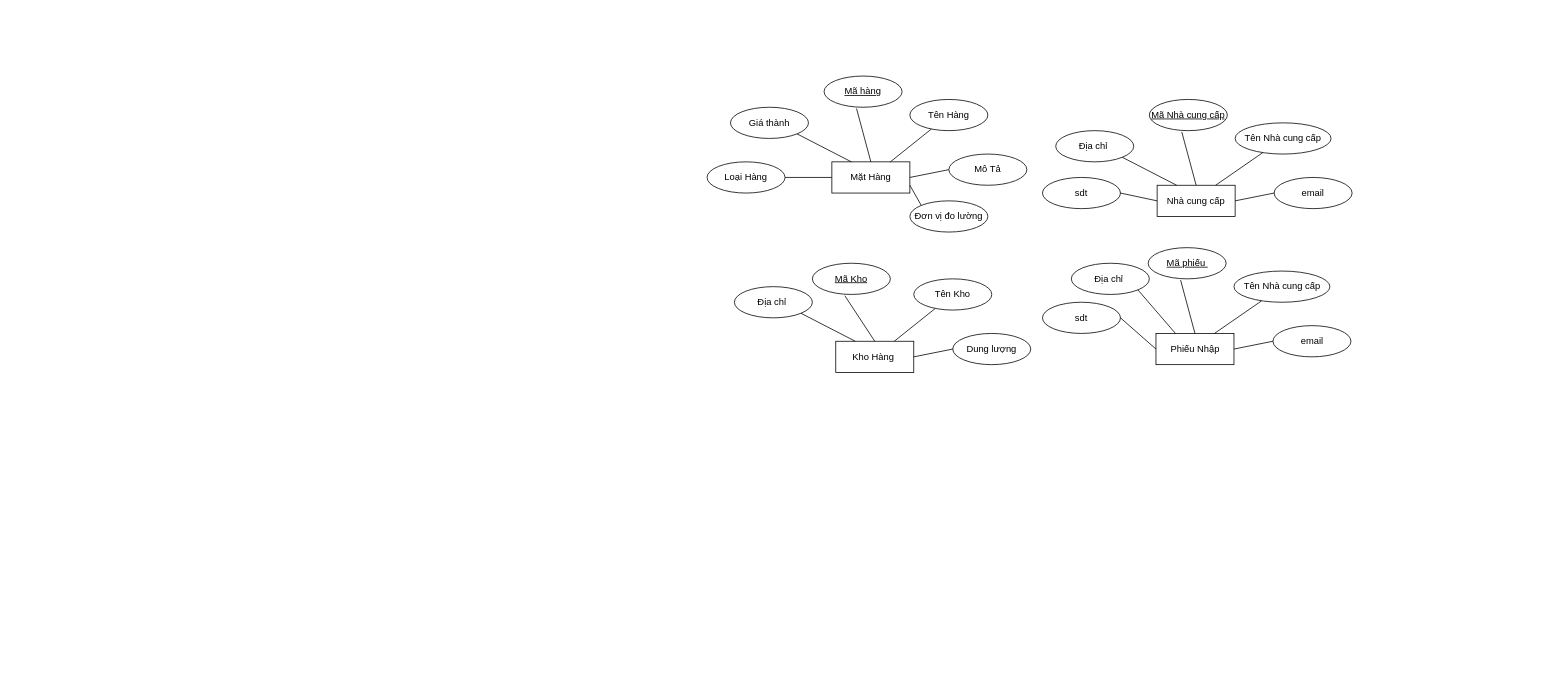
The draw.io diagram page "Trang-1" (1 of 2) of ERD.drawio in hoThanhThien/tkcsdl_HK_he, before the edit. Source tidied: cells renumbered, new cells numbered last; positions are measured from the earlier drawing's top-left corner, leaving out a move shared by most shapes. Both pictures are drawn from the tidied source at 78%, with x=0, y=0 at pixel (707, 76).
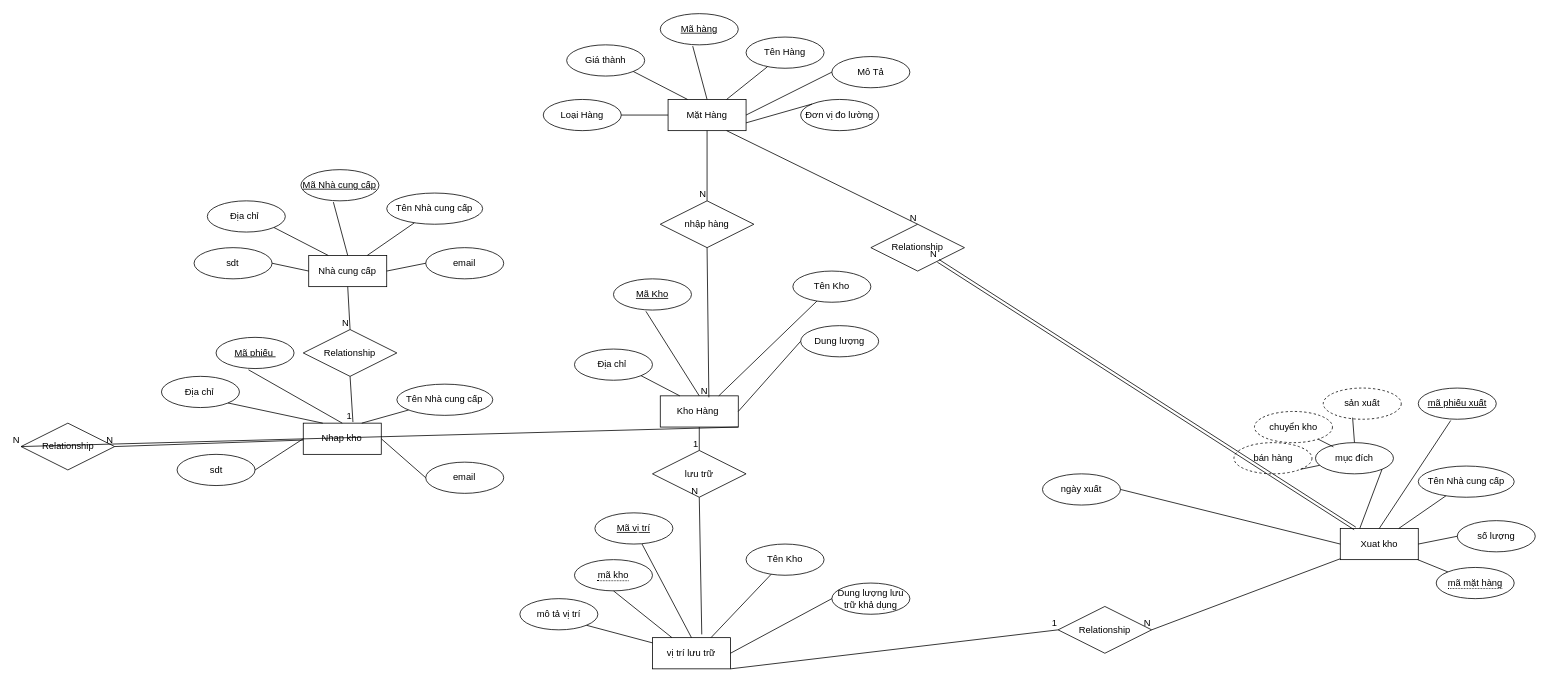
The same page after the edit.

Commit message (it also covers changes not shown here):
Cập nhật ERD.drawio

Change to the diagram source:
```diff
@@
     <mxCell id="2" value="Mặt Hàng" style="whiteSpace=wrap;html=1;align=center;" parent="1" vertex="1">
-      <mxGeometry x="160" y="110" width="100" height="40" as="geometry" />
+      <mxGeometry x="-50" y="30" width="100" height="40" as="geometry" />
     </mxCell>
@@
     <mxCell id="4" value="Tên Hàng" style="ellipse;whiteSpace=wrap;html=1;align=center;" parent="1" vertex="1">
-      <mxGeometry x="260" y="30" width="100" height="40" as="geometry" />
+      <mxGeometry x="50" y="-50" width="100" height="40" as="geometry" />
     </mxCell>
     <mxCell id="5" value="Mã hàng" style="ellipse;whiteSpace=wrap;html=1;align=center;fontStyle=4;" parent="1" vertex="1">
-      <mxGeometry x="150" width="100" height="40" as="geometry" />
+      <mxGeometry x="-60" y="-80" width="100" height="40" as="geometry" />
     </mxCell>
@@
     <mxCell id="7" value="Mô Tả" style="ellipse;whiteSpace=wrap;html=1;align=center;" parent="1" vertex="1">
-      <mxGeometry x="310" y="100" width="100" height="40" as="geometry" />
+      <mxGeometry x="160" y="-25" width="100" height="40" as="geometry" />
     </mxCell>
@@
     <mxCell id="9" value="Đơn vị đo lường" style="ellipse;whiteSpace=wrap;html=1;align=center;" parent="1" vertex="1">
-      <mxGeometry x="260" y="160" width="100" height="40" as="geometry" />
+      <mxGeometry x="120" y="30" width="100" height="40" as="geometry" />
     </mxCell>
@@
     <mxCell id="11" value="Giá thành" style="ellipse;whiteSpace=wrap;html=1;align=center;" parent="1" vertex="1">
-      <mxGeometry x="30" y="40" width="100" height="40" as="geometry" />
+      <mxGeometry x="-180" y="-40" width="100" height="40" as="geometry" />
     </mxCell>
@@
     <mxCell id="13" value="Loại Hàng" style="ellipse;whiteSpace=wrap;html=1;align=center;" parent="1" vertex="1">
-      <mxGeometry y="110" width="100" height="40" as="geometry" />
+      <mxGeometry x="-210" y="30" width="100" height="40" as="geometry" />
     </mxCell>
@@
     <mxCell id="15" value="Kho Hàng&amp;nbsp;" style="whiteSpace=wrap;html=1;align=center;" parent="1" vertex="1">
-      <mxGeometry x="165" y="340" width="100" height="40" as="geometry" />
+      <mxGeometry x="-60" y="410" width="100" height="40" as="geometry" />
     </mxCell>
@@
     <mxCell id="17" value="Tên Kho" style="ellipse;whiteSpace=wrap;html=1;align=center;" parent="1" vertex="1">
-      <mxGeometry x="265" y="260" width="100" height="40" as="geometry" />
+      <mxGeometry x="110" y="250" width="100" height="40" as="geometry" />
     </mxCell>
     <mxCell id="18" value="Mã Kho" style="ellipse;whiteSpace=wrap;html=1;align=center;fontStyle=4;" parent="1" vertex="1">
-      <mxGeometry x="135" y="240" width="100" height="40" as="geometry" />
+      <mxGeometry x="-120" y="260" width="100" height="40" as="geometry" />
     </mxCell>
@@
     <mxCell id="20" value="Dung lượng" style="ellipse;whiteSpace=wrap;html=1;align=center;" parent="1" vertex="1">
-      <mxGeometry x="315" y="330" width="100" height="40" as="geometry" />
+      <mxGeometry x="120" y="320" width="100" height="40" as="geometry" />
     </mxCell>
@@
     <mxCell id="22" value="Địa chỉ&amp;nbsp;" style="ellipse;whiteSpace=wrap;html=1;align=center;" parent="1" vertex="1">
-      <mxGeometry x="35" y="270" width="100" height="40" as="geometry" />
+      <mxGeometry x="-170" y="350" width="100" height="40" as="geometry" />
     </mxCell>
@@
     <mxCell id="24" value="Nhà cung cấp" style="whiteSpace=wrap;html=1;align=center;" parent="1" vertex="1">
-      <mxGeometry x="577" y="140" width="100" height="40" as="geometry" />
+      <mxGeometry x="-510.7" y="230" width="100" height="40" as="geometry" />
     </mxCell>
@@
     <mxCell id="26" value="Tên Nhà cung cấp" style="ellipse;whiteSpace=wrap;html=1;align=center;" parent="1" vertex="1">
-      <mxGeometry x="677" y="60" width="123" height="40" as="geometry" />
+      <mxGeometry x="-410.7" y="150" width="123" height="40" as="geometry" />
     </mxCell>
     <mxCell id="27" value="Mã Nhà cung cấp" style="ellipse;whiteSpace=wrap;html=1;align=center;fontStyle=4;" parent="1" vertex="1">
-      <mxGeometry x="567" y="30" width="100" height="40" as="geometry" />
+      <mxGeometry x="-520.7" y="120" width="100" height="40" as="geometry" />
     </mxCell>
@@
     <mxCell id="29" value="email" style="ellipse;whiteSpace=wrap;html=1;align=center;" parent="1" vertex="1">
-      <mxGeometry x="727" y="130" width="100" height="40" as="geometry" />
+      <mxGeometry x="-360.7" y="220" width="100" height="40" as="geometry" />
     </mxCell>
@@
     <mxCell id="31" value="Địa chỉ&amp;nbsp;" style="ellipse;whiteSpace=wrap;html=1;align=center;" parent="1" vertex="1">
-      <mxGeometry x="447" y="70" width="100" height="40" as="geometry" />
+      <mxGeometry x="-640.7" y="160" width="100" height="40" as="geometry" />
     </mxCell>
@@
     <mxCell id="33" value="sdt" style="ellipse;whiteSpace=wrap;html=1;align=center;" parent="1" vertex="1">
-      <mxGeometry x="430" y="130" width="100" height="40" as="geometry" />
+      <mxGeometry x="-657.7" y="220" width="100" height="40" as="geometry" />
     </mxCell>
@@
-    <mxCell id="35" value="Phiếu Nhập" style="whiteSpace=wrap;html=1;align=center;" parent="1" vertex="1">
-      <mxGeometry x="575.5" y="330" width="100" height="40" as="geometry" />
+    <mxCell id="35" value="Nhap kho" style="whiteSpace=wrap;html=1;align=center;" parent="1" vertex="1">
+      <mxGeometry x="-517.7" y="445" width="100" height="40" as="geometry" />
     </mxCell>
@@
     <mxCell id="37" value="Tên Nhà cung cấp" style="ellipse;whiteSpace=wrap;html=1;align=center;" parent="1" vertex="1">
-      <mxGeometry x="675.5" y="250" width="123" height="40" as="geometry" />
+      <mxGeometry x="-397.7" y="395" width="123" height="40" as="geometry" />
     </mxCell>
     <mxCell id="38" value="Mã phiếu&amp;nbsp;" style="ellipse;whiteSpace=wrap;html=1;align=center;fontStyle=4;" parent="1" vertex="1">
-      <mxGeometry x="565.5" y="220" width="100" height="40" as="geometry" />
+      <mxGeometry x="-629.5" y="335" width="100" height="40" as="geometry" />
     </mxCell>
@@
     <mxCell id="40" value="email" style="ellipse;whiteSpace=wrap;html=1;align=center;" parent="1" vertex="1">
-      <mxGeometry x="725.5" y="320" width="100" height="40" as="geometry" />
+      <mxGeometry x="-360.7" y="495" width="100" height="40" as="geometry" />
     </mxCell>
@@
     <mxCell id="42" value="Địa chỉ&amp;nbsp;" style="ellipse;whiteSpace=wrap;html=1;align=center;" parent="1" vertex="1">
-      <mxGeometry x="467" y="240" width="100" height="40" as="geometry" />
+      <mxGeometry x="-699.5" y="385" width="100" height="40" as="geometry" />
     </mxCell>
@@
     <mxCell id="44" value="sdt" style="ellipse;whiteSpace=wrap;html=1;align=center;" parent="1" vertex="1">
-      <mxGeometry x="430" y="290" width="100" height="40" as="geometry" />
+      <mxGeometry x="-679.5" y="485" width="100" height="40" as="geometry" />
     </mxCell>
@@
+    <mxCell id="46" value="Xuat kho" style="whiteSpace=wrap;html=1;align=center;" parent="1" vertex="1">
+      <mxGeometry x="811.8" y="580" width="100" height="40" as="geometry" />
+    </mxCell>
+    <mxCell id="47" style="endArrow=none;html=1;rounded=0;exitX=0.75;exitY=0;exitDx=0;exitDy=0;" parent="1" edge="1" source="46" target="48">
+      <mxGeometry relative="1" as="geometry" />
+    </mxCell>
+    <mxCell id="48" value="Tên Nhà cung cấp" style="ellipse;whiteSpace=wrap;html=1;align=center;" parent="1" vertex="1">
+      <mxGeometry x="911.8" y="500" width="123" height="40" as="geometry" />
+    </mxCell>
+    <mxCell id="49" value="mã phiếu xuất" style="ellipse;whiteSpace=wrap;html=1;align=center;fontStyle=4;" parent="1" vertex="1">
+      <mxGeometry x="911.8" y="400" width="100" height="40" as="geometry" />
+    </mxCell>
+    <mxCell id="50" style="endArrow=none;html=1;rounded=0;exitX=0.416;exitY=1.04;exitDx=0;exitDy=0;exitPerimeter=0;entryX=0.5;entryY=0;entryDx=0;entryDy=0;" parent="1" edge="1" source="49" target="46">
+      <mxGeometry relative="1" as="geometry" />
+    </mxCell>
+    <mxCell id="51" value="số lượng" style="ellipse;whiteSpace=wrap;html=1;align=center;" parent="1" vertex="1">
+      <mxGeometry x="961.8" y="570" width="100" height="40" as="geometry" />
+    </mxCell>
+    <mxCell id="52" style="endArrow=none;html=1;rounded=0;exitX=1;exitY=0.5;exitDx=0;exitDy=0;entryX=0;entryY=0.5;entryDx=0;entryDy=0;" parent="1" edge="1" source="46" target="51">
+      <mxGeometry relative="1" as="geometry" />
+    </mxCell>
+    <mxCell id="53" value="mục đích" style="ellipse;whiteSpace=wrap;html=1;align=center;" parent="1" vertex="1">
+      <mxGeometry x="780" y="470" width="100" height="40" as="geometry" />
+    </mxCell>
+    <mxCell id="54" style="endArrow=none;html=1;rounded=0;exitX=1;exitY=1;exitDx=0;exitDy=0;entryX=0.25;entryY=0;entryDx=0;entryDy=0;" parent="1" edge="1" source="53" target="46">
+      <mxGeometry relative="1" as="geometry" />
+    </mxCell>
+    <mxCell id="55" value="ngày xuất" style="ellipse;whiteSpace=wrap;html=1;align=center;" parent="1" vertex="1">
+      <mxGeometry x="430" y="510" width="100" height="40" as="geometry" />
+    </mxCell>
+    <mxCell id="56" style="endArrow=none;html=1;rounded=0;exitX=1;exitY=0.5;exitDx=0;exitDy=0;entryX=0;entryY=0.5;entryDx=0;entryDy=0;" parent="1" edge="1" source="55" target="46">
+      <mxGeometry relative="1" as="geometry" />
+    </mxCell>
+    <mxCell id="57" value="&lt;span style=&quot;border-bottom: 1px dotted&quot;&gt;mã mặt hàng&lt;/span&gt;" style="ellipse;whiteSpace=wrap;html=1;align=center;" parent="1" vertex="1">
+      <mxGeometry x="934.8" y="630" width="100" height="40" as="geometry" />
+    </mxCell>
+    <mxCell id="58" style="endArrow=none;html=1;rounded=0;" parent="1" edge="1" source="46" target="57">
+      <mxGeometry relative="1" as="geometry" />
+    </mxCell>
+    <mxCell id="59" value="bán hàng" style="ellipse;whiteSpace=wrap;html=1;align=center;dashed=1;" parent="1" vertex="1">
+      <mxGeometry x="675.5" y="470" width="100" height="40" as="geometry" />
+    </mxCell>
+    <mxCell id="60" value="sản xuất" style="ellipse;whiteSpace=wrap;html=1;align=center;dashed=1;" parent="1" vertex="1">
+      <mxGeometry x="790" y="400" width="100" height="40" as="geometry" />
+    </mxCell>
+    <mxCell id="61" value="chuyển kho" style="ellipse;whiteSpace=wrap;html=1;align=center;dashed=1;" parent="1" vertex="1">
+      <mxGeometry x="701.8" y="430" width="100" height="40" as="geometry" />
+    </mxCell>
+    <mxCell id="62" style="endArrow=none;html=1;rounded=0;exitX=1;exitY=1;exitDx=0;exitDy=0;" parent="1" edge="1" source="59" target="53">
+      <mxGeometry relative="1" as="geometry" />
+    </mxCell>
+    <mxCell id="63" style="endArrow=none;html=1;rounded=0;entryX=0.23;entryY=0.135;entryDx=0;entryDy=0;entryPerimeter=0;" parent="1" edge="1" source="61" target="53">
+      <mxGeometry relative="1" as="geometry" />
+    </mxCell>
+    <mxCell id="64" style="endArrow=none;html=1;rounded=0;exitX=0.376;exitY=0.947;exitDx=0;exitDy=0;entryX=0.5;entryY=0;entryDx=0;entryDy=0;exitPerimeter=0;" parent="1" edge="1" source="60" target="53">
+      <mxGeometry relative="1" as="geometry" />
+    </mxCell>
+    <mxCell id="65" value="vị trí lưu trữ" style="whiteSpace=wrap;html=1;align=center;" parent="1" vertex="1">
+      <mxGeometry x="-70" y="720" width="100" height="40" as="geometry" />
+    </mxCell>
+    <mxCell id="66" style="endArrow=none;html=1;rounded=0;exitX=0.75;exitY=0;exitDx=0;exitDy=0;" parent="1" edge="1" source="65" target="67">
+      <mxGeometry relative="1" as="geometry" />
+    </mxCell>
+    <mxCell id="67" value="Tên Kho" style="ellipse;whiteSpace=wrap;html=1;align=center;" parent="1" vertex="1">
+      <mxGeometry x="50" y="600" width="100" height="40" as="geometry" />
+    </mxCell>
+    <mxCell id="68" style="endArrow=none;html=1;rounded=0;entryX=0.5;entryY=0;entryDx=0;entryDy=0;" parent="1" edge="1" source="73" target="65">
+      <mxGeometry relative="1" as="geometry" />
+    </mxCell>
+    <mxCell id="69" value="Dung lượng lưu trữ khả dụng" style="ellipse;whiteSpace=wrap;html=1;align=center;" parent="1" vertex="1">
+      <mxGeometry x="160" y="650" width="100" height="40" as="geometry" />
+    </mxCell>
+    <mxCell id="70" style="endArrow=none;html=1;rounded=0;exitX=1;exitY=0.5;exitDx=0;exitDy=0;entryX=0;entryY=0.5;entryDx=0;entryDy=0;" parent="1" edge="1" source="65" target="69">
+      <mxGeometry relative="1" as="geometry" />
+    </mxCell>
+    <mxCell id="71" value="mô tả vị trí" style="ellipse;whiteSpace=wrap;html=1;align=center;" parent="1" vertex="1">
+      <mxGeometry x="-240" y="670" width="100" height="40" as="geometry" />
+    </mxCell>
+    <mxCell id="72" style="endArrow=none;html=1;rounded=0;exitX=1;exitY=1;exitDx=0;exitDy=0;" parent="1" edge="1" source="71" target="65">
+      <mxGeometry relative="1" as="geometry" />
+    </mxCell>
+    <mxCell id="73" value="Mã vị trí" style="ellipse;whiteSpace=wrap;html=1;align=center;fontStyle=4;" parent="1" vertex="1">
+      <mxGeometry x="-143.8" y="560" width="100" height="40" as="geometry" />
+    </mxCell>
+    <mxCell id="74" value="&lt;span style=&quot;border-bottom: 1px dotted&quot;&gt;mã kho&lt;/span&gt;" style="ellipse;whiteSpace=wrap;html=1;align=center;" parent="1" vertex="1">
+      <mxGeometry x="-170" y="620" width="100" height="40" as="geometry" />
+    </mxCell>
+    <mxCell id="75" style="endArrow=none;html=1;rounded=0;exitX=0.5;exitY=1;exitDx=0;exitDy=0;entryX=0.25;entryY=0;entryDx=0;entryDy=0;" parent="1" edge="1" source="74" target="65">
+      <mxGeometry relative="1" as="geometry" />
+    </mxCell>
+    <mxCell id="76" value="nhập hàng" style="shape=rhombus;perimeter=rhombusPerimeter;whiteSpace=wrap;html=1;align=center;" parent="1" vertex="1">
+      <mxGeometry x="-60" y="160" width="120" height="60" as="geometry" />
+    </mxCell>
+    <mxCell id="77" style="endArrow=none;html=1;rounded=0;exitX=0.5;exitY=1;exitDx=0;exitDy=0;entryX=0.5;entryY=0;entryDx=0;entryDy=0;" parent="1" edge="1" source="2" target="76">
+      <mxGeometry relative="1" as="geometry" />
+    </mxCell>
+    <mxCell id="78" value="N" style="html=1;whiteSpace=wrap;align=right;verticalAlign=bottom;" parent="77" vertex="1">
+      <mxGeometry x="1" relative="1" as="geometry" />
+    </mxCell>
+    <mxCell id="79" style="endArrow=none;html=1;rounded=0;exitX=0.5;exitY=1;exitDx=0;exitDy=0;entryX=0.623;entryY=0.047;entryDx=0;entryDy=0;entryPerimeter=0;" parent="1" edge="1" source="76" target="15">
+      <mxGeometry relative="1" as="geometry" />
+    </mxCell>
+    <mxCell id="80" value="N" style="html=1;whiteSpace=wrap;align=right;verticalAlign=bottom;" parent="79" vertex="1">
+      <mxGeometry x="1" relative="1" as="geometry" />
+    </mxCell>
+    <mxCell id="81" value="lưu trữ" style="shape=rhombus;perimeter=rhombusPerimeter;whiteSpace=wrap;html=1;align=center;" parent="1" vertex="1">
+      <mxGeometry x="-70" y="480" width="120" height="60" as="geometry" />
+    </mxCell>
+    <mxCell id="82" style="endArrow=none;html=1;rounded=0;exitX=0.5;exitY=1;exitDx=0;exitDy=0;entryX=0.5;entryY=0;entryDx=0;entryDy=0;" parent="1" edge="1" source="15" target="81">
+      <mxGeometry relative="1" as="geometry" />
+    </mxCell>
+    <mxCell id="83" value="1" style="html=1;whiteSpace=wrap;align=right;verticalAlign=bottom;" parent="82" vertex="1">
+      <mxGeometry x="1" relative="1" as="geometry" />
+    </mxCell>
+    <mxCell id="84" style="endArrow=none;html=1;rounded=0;entryX=0.5;entryY=1;entryDx=0;entryDy=0;exitX=0.632;exitY=-0.103;exitDx=0;exitDy=0;exitPerimeter=0;" parent="1" edge="1" source="65" target="81">
+      <mxGeometry relative="1" as="geometry" />
+    </mxCell>
+    <mxCell id="85" value="N" style="html=1;whiteSpace=wrap;align=right;verticalAlign=bottom;" parent="84" vertex="1">
+      <mxGeometry x="1" relative="1" as="geometry" />
+    </mxCell>
+    <mxCell id="86" value="Relationship" style="shape=rhombus;perimeter=rhombusPerimeter;whiteSpace=wrap;html=1;align=center;" parent="1" vertex="1">
+      <mxGeometry x="-517.7" y="325" width="120" height="60" as="geometry" />
+    </mxCell>
+    <mxCell id="87" style="endArrow=none;html=1;rounded=0;exitX=0.5;exitY=1;exitDx=0;exitDy=0;entryX=0.5;entryY=0;entryDx=0;entryDy=0;" parent="1" edge="1" source="24" target="86">
+      <mxGeometry relative="1" as="geometry" />
+    </mxCell>
+    <mxCell id="88" value="N" style="html=1;whiteSpace=wrap;align=right;verticalAlign=bottom;" parent="87" vertex="1">
+      <mxGeometry x="1" relative="1" as="geometry" />
+    </mxCell>
+    <mxCell id="89" style="endArrow=none;html=1;rounded=0;exitX=0.5;exitY=1;exitDx=0;exitDy=0;entryX=0.637;entryY=-0.036;entryDx=0;entryDy=0;entryPerimeter=0;" parent="1" edge="1" source="86" target="35">
+      <mxGeometry relative="1" as="geometry" />
+    </mxCell>
+    <mxCell id="90" value="1" style="html=1;whiteSpace=wrap;align=right;verticalAlign=bottom;" parent="89" vertex="1">
+      <mxGeometry x="1" relative="1" as="geometry" />
+    </mxCell>
+    <mxCell id="91" value="Relationship" style="shape=rhombus;perimeter=rhombusPerimeter;whiteSpace=wrap;html=1;align=center;" parent="1" vertex="1">
+      <mxGeometry x="210" y="190" width="120" height="60" as="geometry" />
+    </mxCell>
+    <mxCell id="92" style="shape=link;html=1;rounded=0;" parent="1" edge="1" source="46" target="91">
+      <mxGeometry relative="1" as="geometry" />
+    </mxCell>
+    <mxCell id="93" value="N" style="html=1;whiteSpace=wrap;align=right;verticalAlign=bottom;" parent="92" vertex="1">
+      <mxGeometry x="1" relative="1" as="geometry" />
+    </mxCell>
+    <mxCell id="94" style="endArrow=none;html=1;rounded=0;exitX=0.75;exitY=1;exitDx=0;exitDy=0;entryX=0.5;entryY=0;entryDx=0;entryDy=0;" parent="1" edge="1" source="2" target="91">
+      <mxGeometry relative="1" as="geometry" />
+    </mxCell>
+    <mxCell id="95" value="N" style="html=1;whiteSpace=wrap;align=right;verticalAlign=bottom;" parent="94" vertex="1">
+      <mxGeometry x="1" relative="1" as="geometry" />
+    </mxCell>
+    <mxCell id="96" value="Relationship" style="shape=rhombus;perimeter=rhombusPerimeter;whiteSpace=wrap;html=1;align=center;" parent="1" vertex="1">
+      <mxGeometry x="450" y="680" width="120" height="60" as="geometry" />
+    </mxCell>
+    <mxCell id="97" style="endArrow=none;html=1;rounded=0;entryX=1;entryY=0.5;entryDx=0;entryDy=0;" parent="1" edge="1" source="46" target="96">
+      <mxGeometry relative="1" as="geometry" />
+    </mxCell>
+    <mxCell id="98" value="N" style="html=1;whiteSpace=wrap;align=right;verticalAlign=bottom;" parent="97" vertex="1">
+      <mxGeometry x="1" relative="1" as="geometry" />
+    </mxCell>
+    <mxCell id="99" style="endArrow=none;html=1;rounded=0;exitX=1;exitY=1;exitDx=0;exitDy=0;entryX=0;entryY=0.5;entryDx=0;entryDy=0;" parent="1" edge="1" source="65" target="96">
+      <mxGeometry relative="1" as="geometry" />
+    </mxCell>
+    <mxCell id="100" value="1" style="html=1;whiteSpace=wrap;align=right;verticalAlign=bottom;" parent="99" vertex="1">
+      <mxGeometry x="1" relative="1" as="geometry" />
+    </mxCell>
+    <mxCell id="101" value="Relationship" style="shape=rhombus;perimeter=rhombusPerimeter;whiteSpace=wrap;html=1;align=center;" parent="1" vertex="1">
+      <mxGeometry x="-879.5" y="445" width="120" height="60" as="geometry" />
+    </mxCell>
+    <mxCell id="102" style="endArrow=none;html=1;rounded=0;entryX=1;entryY=0.5;entryDx=0;entryDy=0;" parent="1" edge="1" source="35" target="101">
+      <mxGeometry relative="1" as="geometry" />
+    </mxCell>
+    <mxCell id="103" value="N" style="html=1;whiteSpace=wrap;align=right;verticalAlign=bottom;" parent="102" vertex="1">
+      <mxGeometry x="1" relative="1" as="geometry" />
+    </mxCell>
+    <mxCell id="104" style="endArrow=none;html=1;rounded=0;entryX=0;entryY=0.5;entryDx=0;entryDy=0;exitX=1;exitY=1;exitDx=0;exitDy=0;" parent="1" edge="1" source="15" target="101">
+      <mxGeometry relative="1" as="geometry" />
+    </mxCell>
+    <mxCell id="105" value="N" style="html=1;whiteSpace=wrap;align=right;verticalAlign=bottom;" parent="104" vertex="1">
+      <mxGeometry x="1" relative="1" as="geometry" />
+    </mxCell>
```
